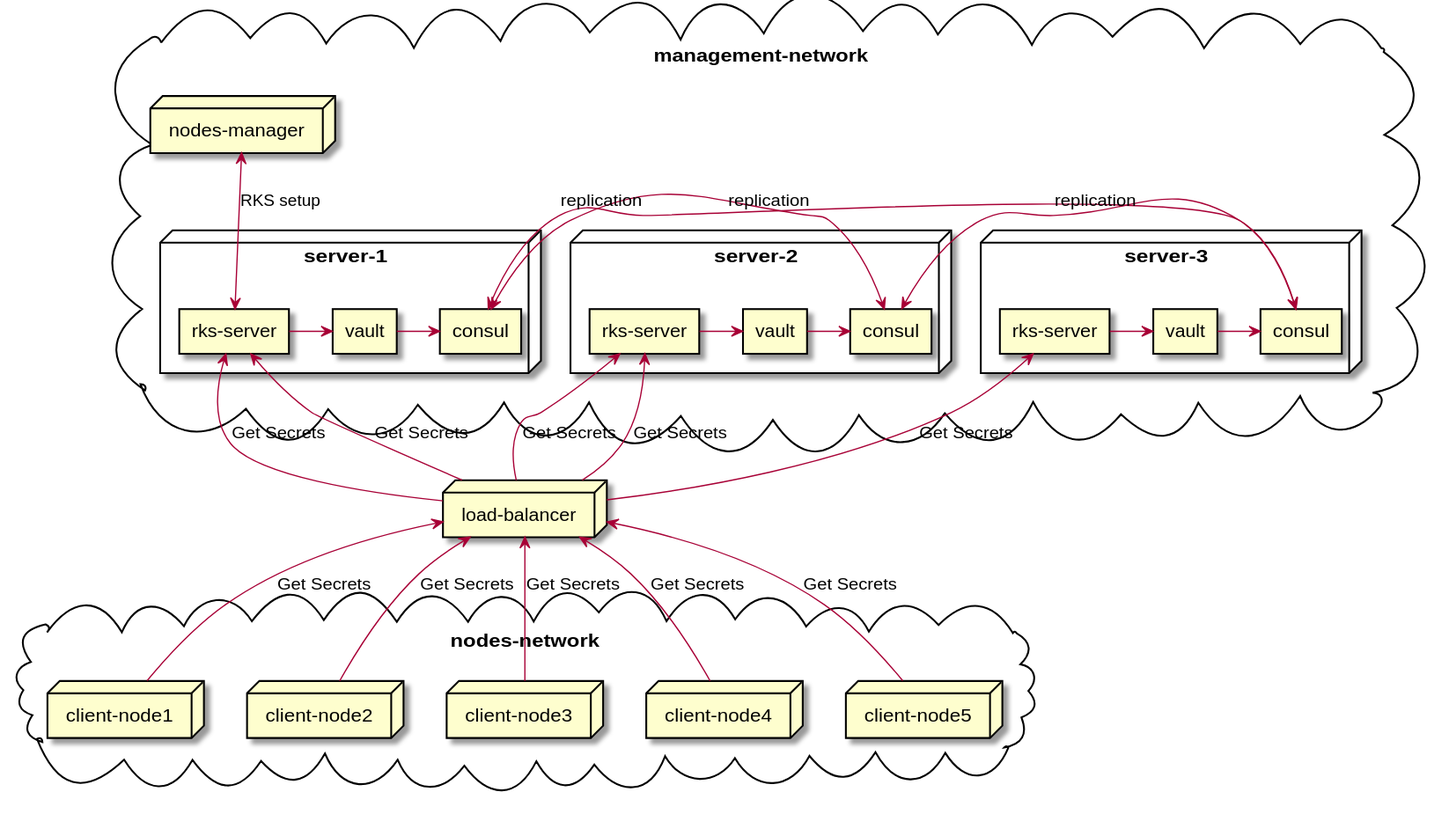
Before: docs/architecture.svg, a diagram exported from PlantUML (Orange-OpenSource/remote-key-server). Its diagram source:
```plantuml
@startuml

cloud "management-network"  {
  node "nodes-manager" as nm
  node "server-3" {
    rectangle consul as c3
    rectangle vault as v3
    rectangle "rks-server" as r3
  }
  node "server-2" {
    rectangle consul as c2
    rectangle vault as v2
    rectangle "rks-server" as r2
  }
  node "server-1" {
    rectangle consul as c1
    rectangle vault as v1
    rectangle "rks-server" as r1
  }
}

node "load-balancer" as lb

cloud "nodes-network" {
  node "client-node1" as a1
  node "client-node2" as a2
  node "client-node3" as a3
  node "client-node4" as a4
  node "client-node5" as a5
}

c1 <-> c2: replication
c1 <-> c3: replication
c2 <-> c3: replication

r1 -> v1
r2 -> v2
r3 -> v3

v1 -> c1
v2 -> c2
v3 -> c3

nm <-down-> r1: RKS setup

a1 -up-> lb: Get Secrets
lb -up-> r1: Get Secrets
a2 -up-> lb: Get Secrets
lb -up-> r2: Get Secrets
a3 -up-> lb: Get Secrets
lb -up-> r3: Get Secrets
a4 -up-> lb: Get Secrets
lb -up-> r2: Get Secrets
a5 -up-> lb: Get Secrets
lb -up-> r1: Get Secrets

@enduml
```
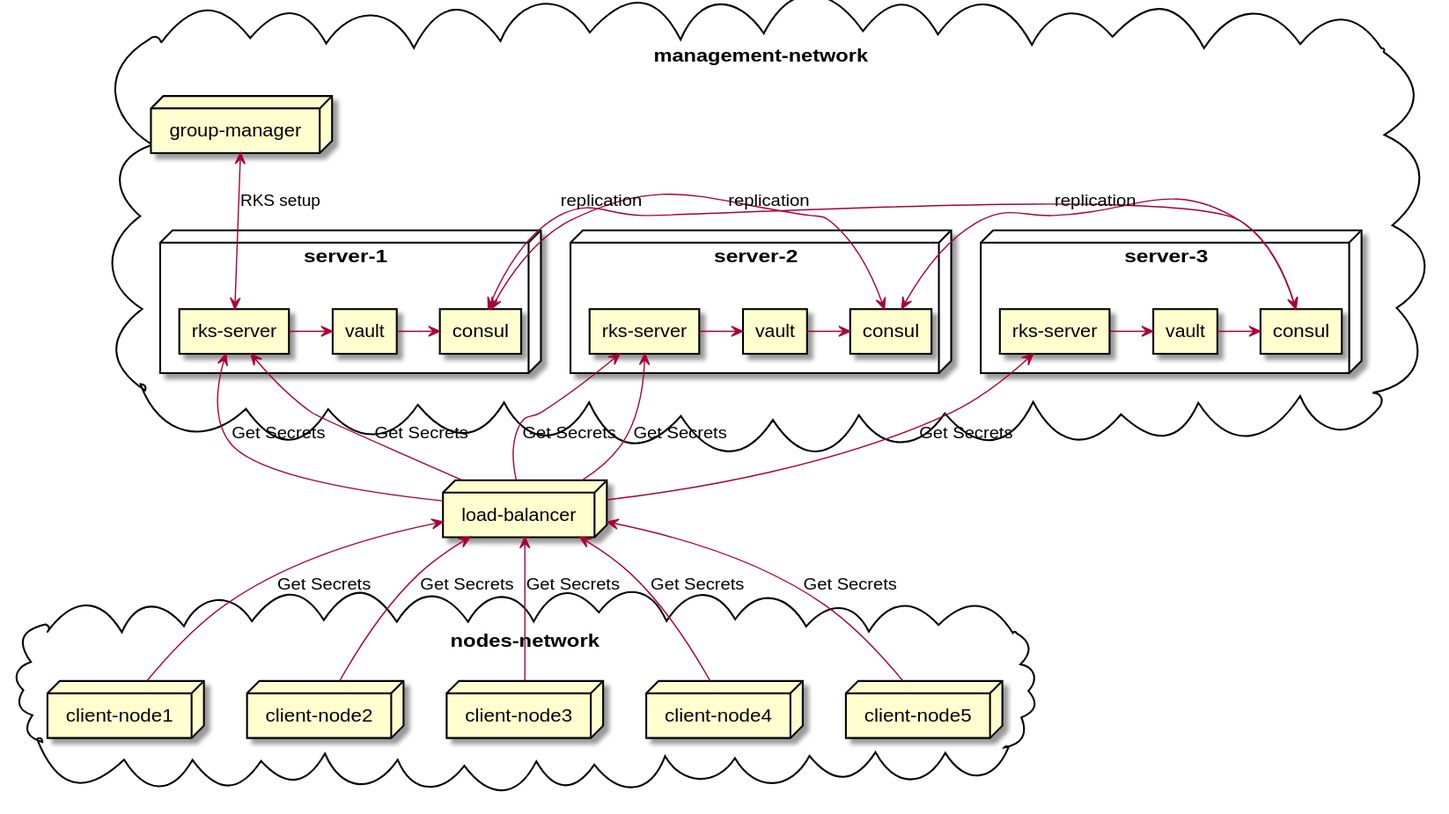
The same file after the commit.

The edit, as a diff of the source:
```diff
@@ -1,7 +1,7 @@
 @startuml
 
 cloud "management-network"  {
-  node "nodes-manager" as nm
+  node "group-manager" as gm
   node "server-3" {
     rectangle consul as c3
     rectangle vault as v3
@@ -41,7 +41,7 @@
 v2 -> c2
 v3 -> c3
 
-nm <-down-> r1: RKS setup
+gm <-down-> r1: RKS setup
 
 a1 -up-> lb: Get Secrets
 lb -up-> r1: Get Secrets
```
